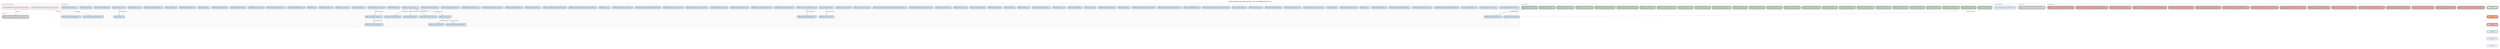
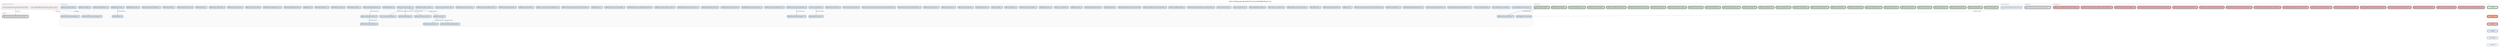
digraph backlog {
  rankdir=TB
  fontname="Helvetica"
  label="Active backlog graph generated from docs/method/backlog/*/*.md"
  labelloc=t
  fontsize=12
  node [shape=box style="rounded,filled" fontname="Helvetica" fontsize=8 margin="0.1,0.05" height=0.35]
  edge [color="#666666" arrowsize=0.5 fontname="Helvetica" fontsize=7]
  newrank=true
  ranksep=0.55
  nodesep=0.2

  subgraph cluster_asap {
    label="asap (1)" labeljust=l fontsize=9 fontcolor="#555555"
    style=rounded color="#cccccc" bgcolor="#fafafa"
    asap_CORE_structural_reading_port_generated_model_parity [label="CORE-structural-reading-port-generated-model-parity - L" fillcolor="#E5E7EB" penwidth=2]
  }

  subgraph cluster_up_next {
    label="up-next (1)" labeljust=l fontsize=9 fontcolor="#555555"
    style=rounded color="#cccccc" bgcolor="#fafafa"
    up_next_CORE_structural_history_schema_and_echo_migration [label="CORE-structural-history-schema-and-echo-migration - XL" fillcolor="#E5E7EB" penwidth=2]
  }

  subgraph cluster_v0_8_0 {
    label="v0.8.0 (26)" labeljust=l fontsize=9 fontcolor="#555555"
    style=rounded color="#cccccc" bgcolor="#fafafa"
    v0_8_0_CORE_c_structural_parsing [label="CORE-c-structural-parsing - M" fillcolor="#C8E6C9" penwidth=2]
    v0_8_0_CORE_cpp_structural_parsing [label="CORE-cpp-structural-parsing - L" fillcolor="#C8E6C9" penwidth=2]
    v0_8_0_CORE_csharp_structural_parsing [label="CORE-csharp-structural-parsing - M" fillcolor="#C8E6C9" penwidth=2]
    v0_8_0_CORE_go_structural_parsing [label="CORE-go-structural-parsing - S" fillcolor="#C8E6C9" penwidth=2]
    v0_8_0_CORE_hcl_structured_config [label="CORE-hcl-structured-config - M" fillcolor="#C8E6C9" penwidth=2]
    v0_8_0_CORE_java_structural_parsing [label="CORE-java-structural-parsing - M" fillcolor="#C8E6C9" penwidth=2]
    v0_8_0_CORE_json_structured_config [label="CORE-json-structured-config - S" fillcolor="#C8E6C9" penwidth=2]
    v0_8_0_CORE_jupyter_notebook_structure [label="CORE-jupyter-notebook-structure - M" fillcolor="#C8E6C9" penwidth=2]
    v0_8_0_CORE_kotlin_structural_parsing [label="CORE-kotlin-structural-parsing - M" fillcolor="#C8E6C9" penwidth=2]
    v0_8_0_CORE_php_structural_parsing [label="CORE-php-structural-parsing - M" fillcolor="#C8E6C9" penwidth=2]
    v0_8_0_CORE_pr_review_structural_summary [label="CORE-pr-review-structural-summary - M" fillcolor="#C8E6C9" penwidth=2]
    v0_8_0_CORE_python_structural_parsing [label="CORE-python-structural-parsing - S" fillcolor="#C8E6C9" penwidth=2]
    v0_8_0_CORE_ruby_structural_parsing [label="CORE-ruby-structural-parsing - M" fillcolor="#C8E6C9" penwidth=2]
    v0_8_0_CORE_shell_structural_parsing [label="CORE-shell-structural-parsing - M" fillcolor="#C8E6C9" penwidth=2]
    v0_8_0_CORE_sql_structural_parsing [label="CORE-sql-structural-parsing - M" fillcolor="#C8E6C9" penwidth=2]
    v0_8_0_CORE_structural_test_coverage_map [label="CORE-structural-test-coverage-map - M" fillcolor="#C8E6C9" penwidth=2]
    v0_8_0_CORE_swift_structural_parsing [label="CORE-swift-structural-parsing - M" fillcolor="#C8E6C9" penwidth=2]
    v0_8_0_CORE_toml_structured_config [label="CORE-toml-structured-config - S" fillcolor="#C8E6C9" penwidth=2]
    v0_8_0_CORE_tool_context_injection_contracts [label="CORE-tool-context-injection-contracts - M" fillcolor="#C8E6C9" penwidth=2]
    v0_8_0_CORE_yaml_structured_config [label="CORE-yaml-structured-config - M" fillcolor="#C8E6C9" penwidth=2]
    v0_8_0_SURFACE_git_graft_enhance_provenance_hints [label="SURFACE-git-graft-enhance-provenance-hints" fillcolor="#C8E6C9" penwidth=2]
    v0_8_0_SURFACE_pr_feedback_resolution_ledger [label="SURFACE-pr-feedback-resolution-ledger - M" fillcolor="#C8E6C9" penwidth=2]
    v0_8_0_SURFACE_review_cooldown_status [label="SURFACE-review-cooldown-status - S" fillcolor="#C8E6C9" penwidth=2]
    v0_8_0_TEST_bounded_subprocess_policy [label="TEST-bounded-subprocess-policy - S" fillcolor="#C8E6C9" penwidth=2]
    v0_8_0_WARP_dead_symbol_detection [label="WARP-dead-symbol-detection - S" fillcolor="#C8E6C9" penwidth=2]
    v0_8_0_WARP_symbol_history_timeline [label="WARP-symbol-history-timeline - S" fillcolor="#C8E6C9" penwidth=2]
  }

  subgraph cluster_bad_code {
    label="bad-code (16)" labeljust=l fontsize=9 fontcolor="#555555"
    style=rounded color="#cccccc" bgcolor="#fafafa"
    bad_code_CLEAN_backlog_dag_unresolved_internal_dependencies [label="CLEAN-backlog-dag-unresolved-internal-dependencies - S" fillcolor="#F6B3B3" penwidth=2]
    bad_code_CLEAN_canonical_codec_seams_diverge [label="CLEAN-canonical-codec-seams-diverge - M" fillcolor="#F6B3B3" penwidth=2]
    bad_code_CLEAN_code_show_parser_runtime_not_ready [label="CLEAN-code-show-parser-runtime-not-ready - S" fillcolor="#F6B3B3" penwidth=2]
    bad_code_CLEAN_coderabbit_path_filters_skip_method_docs [label="CLEAN-coderabbit-path-filters-skip-method-docs - S" fillcolor="#F6B3B3" penwidth=2]
    bad_code_CLEAN_completed_backlog_card_retirement_is_manual [label="CLEAN-completed-backlog-card-retirement-is-manual - M" fillcolor="#F6B3B3" penwidth=2]
    bad_code_CLEAN_descriptor_checker_lacks_schema_validation [label="CLEAN-descriptor-checker-lacks-schema-validation - M" fillcolor="#F6B3B3" penwidth=2]
    bad_code_CLEAN_echo_witness_test_fixture_duplication [label="CLEAN-echo-witness-test-fixture-duplication - S" fillcolor="#F6B3B3" penwidth=2]
    bad_code_CLEAN_generated_svg_dag_diff_noise_obscures_review [label="CLEAN-generated-svg-dag-diff-noise-obscures-review - S" fillcolor="#F6B3B3" penwidth=2]
    bad_code_CLEAN_method_close_timeout_produces_no_retro_artifact [label="CLEAN-method-close-timeout-produces-no-retro-artifact - M" fillcolor="#F6B3B3" penwidth=2]
    bad_code_CLEAN_method_retro_witness_can_overstate_validation [label="CLEAN-method-retro-witness-can-overstate-validation - M" fillcolor="#F6B3B3" penwidth=2]
    bad_code_CLEAN_pr_review_comments_not_actionability_typed [label="CLEAN-pr-review-comments-not-actionability-typed - M" fillcolor="#F6B3B3" penwidth=2]
    bad_code_CLEAN_receipt_cumulative_bytes_avoided_stays_zero [label="CLEAN-receipt-cumulative-bytes-avoided-stays-zero - S" fillcolor="#F6B3B3" penwidth=2]
    bad_code_CLEAN_remaining_structural_warp_reads_bypass_structural_reading_port [label="CLEAN-remaining-structural-warp-reads-bypass-structural-reading-port - M" fillcolor="#F6B3B3" penwidth=2]
    bad_code_CLEAN_sha256_stable_id_helper_duplication [label="CLEAN-sha256-stable-id-helper-duplication - S" fillcolor="#F6B3B3" penwidth=2]
    bad_code_CLEAN_technical_teardown_contract_ledger_can_stale_without_tests [label="CLEAN-technical-teardown-contract-ledger-can-stale-without-tests - M" fillcolor="#F6B3B3" penwidth=2]
    bad_code_WARP_bijou_local_history_stale_after_branch_transition [label="WARP-bijou-local-history-stale-after-branch-transition - M" fillcolor="#F6B3B3" penwidth=2]
  }

  subgraph cluster_cool_ideas {
-     label="Cool Ideas (90)" labeljust=l fontsize=9 fontcolor="#555555"
+     label="Cool Ideas (91)" labeljust=l fontsize=9 fontcolor="#555555"
    style=rounded color="#cccccc" bgcolor="#fafafa"
    cool_ideas_bounded_neighborhood_for_references [label="bounded-neighborhood-for-references - S" fillcolor="#D4E8F7" penwidth=1]
    cool_ideas_CI_001_causal_collapse_visualizer [label="CI-001-causal-collapse-visualizer - L" fillcolor="#D4E8F7" penwidth=1]
    cool_ideas_CI_002_deterministic_scenario_replay [label="CI-002-deterministic-scenario-replay - L" fillcolor="#D4E8F7" penwidth=1]
    cool_ideas_CI_003_mcp_native_diff_protocol [label="CI-003-mcp-native-diff-protocol - M" fillcolor="#D4E8F7" penwidth=1]
    cool_ideas_CLEAN_CODE_parallel_agent_merge_shared_file_loss [label="CLEAN-CODE-parallel-agent-merge-shared-file-loss - M" fillcolor="#D4E8F7" penwidth=1]
    cool_ideas_CLEAN_contract_ledger_schema_and_lint [label="CLEAN-contract-ledger-schema-and-lint - M" fillcolor="#D4E8F7" penwidth=1]
    cool_ideas_CLEAN_generated_artifact_review_boundary [label="CLEAN-generated-artifact-review-boundary - S" fillcolor="#D4E8F7" penwidth=1]
    cool_ideas_CORE_agent_handoff_protocol [label="CORE-agent-handoff-protocol - M" fillcolor="#D4E8F7" penwidth=1]
+     cool_ideas_CORE_align_structural_evidence_with_continuum_evidence_posture [label="CORE-align-structural-evidence-with-continuum-evidence-posture" fillcolor="#D4E8F7" penwidth=1]
    cool_ideas_CORE_auto_focus [label="CORE-auto-focus - L" fillcolor="#D4E8F7" penwidth=1]
    cool_ideas_CORE_backlog_retirement_assistant [label="CORE-backlog-retirement-assistant - M" fillcolor="#D4E8F7" penwidth=1]
    cool_ideas_CORE_capture_range [label="CORE-capture-range - S" fillcolor="#D4E8F7" penwidth=1]
    cool_ideas_CORE_code_lawyer_local_pr_audit_command [label="CORE-code-lawyer-local-pr-audit-command - L" fillcolor="#D4E8F7" penwidth=1]
    cool_ideas_CORE_constructor_in_disguise_lint [label="CORE-constructor-in-disguise-lint - M" fillcolor="#D4E8F7" penwidth=1]
    cool_ideas_CORE_context_budget_forecasting [label="CORE-context-budget-forecasting - M" fillcolor="#D4E8F7" penwidth=1]
    cool_ideas_CORE_conversation_primer [label="CORE-conversation-primer - M" fillcolor="#D4E8F7" penwidth=1]
    cool_ideas_CORE_cross_session_resume [label="CORE-cross-session-resume - S" fillcolor="#D4E8F7" penwidth=1]
    cool_ideas_CORE_descriptor_package_registry_for_structural_contracts [label="CORE-descriptor-package-registry-for-structural-contracts - M" fillcolor="#D4E8F7" penwidth=1]
    cool_ideas_CORE_echo_capability_gap_ledger [label="CORE-echo-capability-gap-ledger - S" fillcolor="#D4E8F7" penwidth=1]
    cool_ideas_CORE_echo_descriptor_to_fake_witness_generator [label="CORE-echo-descriptor-to-fake-witness-generator - M" fillcolor="#D4E8F7" penwidth=1]
    cool_ideas_CORE_generated_model_reverse_id_content_binding [label="CORE-generated-model-reverse-id-content-binding" fillcolor="#D4E8F7" penwidth=1]
    cool_ideas_CORE_graft_as_teacher [label="CORE-graft-as-teacher - S" fillcolor="#D4E8F7" penwidth=1]
    cool_ideas_CORE_graft_teach_learning_receipts [label="CORE-graft-teach-learning-receipts - S" fillcolor="#D4E8F7" penwidth=1]
    cool_ideas_CORE_graft_tool_client [label="CORE-graft-tool-client - M" fillcolor="#D4E8F7" penwidth=1]
    cool_ideas_CORE_horizon_of_readability [label="CORE-horizon-of-readability - M" fillcolor="#D4E8F7" penwidth=1]
    cool_ideas_CORE_lagrangian_policy [label="CORE-lagrangian-policy - XL" fillcolor="#D4E8F7" penwidth=1]
    cool_ideas_CORE_migrate_to_slice_first_reads [label="CORE-migrate-to-slice-first-reads" fillcolor="#D4E8F7" penwidth=1]
    cool_ideas_CORE_multi_agent_conflict_detection [label="CORE-multi-agent-conflict-detection - L" fillcolor="#D4E8F7" penwidth=1]
    cool_ideas_CORE_policy_playground [label="CORE-policy-playground - S" fillcolor="#D4E8F7" penwidth=1]
    cool_ideas_CORE_policy_profiles [label="CORE-policy-profiles - M" fillcolor="#D4E8F7" penwidth=1]
    cool_ideas_CORE_self_tuning_governor [label="CORE-self-tuning-governor - M" fillcolor="#D4E8F7" penwidth=1]
    cool_ideas_CORE_session_knowledge_map [label="CORE-session-knowledge-map - S" fillcolor="#D4E8F7" penwidth=1]
    cool_ideas_CORE_speculative_read_cost [label="CORE-speculative-read-cost - S" fillcolor="#D4E8F7" penwidth=1]
    cool_ideas_CORE_structural_session_replay [label="CORE-structural-session-replay - M" fillcolor="#D4E8F7" penwidth=1]
    cool_ideas_CORE_weslaw_semantic_law_for_structural_history [label="CORE-weslaw-semantic-law-for-structural-history - M" fillcolor="#D4E8F7" penwidth=1]
    cool_ideas_CORE_wesley_codec_and_observer_plan_generation_for_structural_history [label="CORE-wesley-codec-and-observer-plan-generation-for-structural-history - M" fillcolor="#D4E8F7" penwidth=1]
    cool_ideas_CORE_wire_primitives_into_runtime [label="CORE-wire-primitives-into-runtime - M" fillcolor="#D4E8F7" penwidth=1]
    cool_ideas_METHOD_retro_recovery_mode [label="METHOD-retro-recovery-mode - M" fillcolor="#D4E8F7" penwidth=1]
    cool_ideas_monitor_tick_ceiling_tracking [label="monitor-tick-ceiling-tracking - S" fillcolor="#D4E8F7" penwidth=1]
    cool_ideas_SURFACE_active_causal_workspace_status [label="SURFACE-active-causal-workspace-status - M" fillcolor="#D4E8F7" penwidth=1]
    cool_ideas_SURFACE_asap_queue_health_dashboard [label="SURFACE-asap-queue-health-dashboard - M" fillcolor="#D4E8F7" penwidth=1]
    cool_ideas_SURFACE_attach_to_existing_causal_session [label="SURFACE-attach-to-existing-causal-session - M" fillcolor="#D4E8F7" penwidth=1]
    cool_ideas_SURFACE_backlog_card_lifecycle_linter [label="SURFACE-backlog-card-lifecycle-linter - M" fillcolor="#D4E8F7" penwidth=1]
    cool_ideas_SURFACE_backlog_sitrep_command [label="SURFACE-backlog-sitrep-command - M" fillcolor="#D4E8F7" penwidth=1]
    cool_ideas_SURFACE_bijou_daemon_control_plane_actions [label="SURFACE-bijou-daemon-control-plane-actions - L" fillcolor="#D4E8F7" penwidth=1]
    cool_ideas_SURFACE_bijou_daemon_status_live_refresh [label="SURFACE-bijou-daemon-status-live-refresh - M" fillcolor="#D4E8F7" penwidth=1]
    cool_ideas_SURFACE_git_graft_enhance_expanded_git_subcommands [label="SURFACE-git-graft-enhance-expanded-git-subcommands" fillcolor="#D4E8F7" penwidth=1]
    cool_ideas_SURFACE_graft_review_pr_number_adapter [label="SURFACE-graft-review-pr-number-adapter - M" fillcolor="#D4E8F7" penwidth=1]
    cool_ideas_SURFACE_ide_native_graft_integration [label="SURFACE-ide-native-graft-integration - XL" fillcolor="#D4E8F7" penwidth=1]
    cool_ideas_SURFACE_init_dry_run [label="SURFACE-init-dry-run - S" fillcolor="#D4E8F7" penwidth=1]
    cool_ideas_SURFACE_local_history_dag_render_mode_and_count_legend [label="SURFACE-local-history-dag-render-mode-and-count-legend - S" fillcolor="#D4E8F7" penwidth=1]
    cool_ideas_SURFACE_non_codex_instruction_bootstrap_parity [label="SURFACE-non-codex-instruction-bootstrap-parity - M" fillcolor="#D4E8F7" penwidth=1]
    cool_ideas_SURFACE_offer_rename_refactor [label="SURFACE-offer-rename-refactor - L" fillcolor="#D4E8F7" penwidth=1]
    cool_ideas_SURFACE_opened_workspace_paths [label="SURFACE-opened-workspace-paths - M" fillcolor="#D4E8F7" penwidth=1]
    cool_ideas_SURFACE_pr_merge_gate_sitrep_command [label="SURFACE-pr-merge-gate-sitrep-command - M" fillcolor="#D4E8F7" penwidth=1]
    cool_ideas_SURFACE_terminal_activity_browser_tui [label="SURFACE-terminal-activity-browser-tui - L" fillcolor="#D4E8F7" penwidth=1]
    cool_ideas_traverse_plus_query_hydration_helper [label="traverse-plus-query-hydration-helper - S" fillcolor="#D4E8F7" penwidth=1]
    cool_ideas_WARP_adaptive_projection_selection [label="WARP-adaptive-projection-selection - L" fillcolor="#D4E8F7" penwidth=1]
    cool_ideas_WARP_agent_action_provenance [label="WARP-agent-action-provenance - XL" fillcolor="#D4E8F7" penwidth=1]
    cool_ideas_WARP_auto_breaking_change_detection [label="WARP-auto-breaking-change-detection - L" fillcolor="#D4E8F7" penwidth=1]
    cool_ideas_WARP_background_indexing [label="WARP-background-indexing - M" fillcolor="#D4E8F7" penwidth=1]
    cool_ideas_WARP_budget_elasticity [label="WARP-budget-elasticity - M" fillcolor="#D4E8F7" penwidth=1]
    cool_ideas_WARP_causal_blame_for_staged_artifacts [label="WARP-causal-blame-for-staged-artifacts - L" fillcolor="#D4E8F7" penwidth=1]
    cool_ideas_WARP_causal_write_tracking [label="WARP-causal-write-tracking - L" fillcolor="#D4E8F7" penwidth=1]
    cool_ideas_WARP_codebase_entropy_trajectory [label="WARP-codebase-entropy-trajectory - M" fillcolor="#D4E8F7" penwidth=1]
    cool_ideas_WARP_codebase_signature [label="WARP-codebase-signature - L" fillcolor="#D4E8F7" penwidth=1]
    cool_ideas_WARP_counterfactual_refactoring [label="WARP-counterfactual-refactoring - XL" fillcolor="#D4E8F7" penwidth=1]
    cool_ideas_WARP_degeneracy_warning [label="WARP-degeneracy-warning - M" fillcolor="#D4E8F7" penwidth=1]
    cool_ideas_WARP_drift_sentinel [label="WARP-drift-sentinel - M" fillcolor="#D4E8F7" penwidth=1]
    cool_ideas_WARP_footprint_parallelism [label="WARP-footprint-parallelism - XL" fillcolor="#D4E8F7" penwidth=1]
    cool_ideas_WARP_graft_pack [label="WARP-graft-pack - M" fillcolor="#D4E8F7" penwidth=1]
    cool_ideas_WARP_grouped_aggregate_queries [label="WARP-grouped-aggregate-queries - M" fillcolor="#D4E8F7" penwidth=1]
    cool_ideas_WARP_intent_and_decision_events [label="WARP-intent-and-decision-events - M" fillcolor="#D4E8F7" penwidth=1]
    cool_ideas_WARP_intentional_degeneracy_privacy [label="WARP-intentional-degeneracy-privacy - M" fillcolor="#D4E8F7" penwidth=1]
    cool_ideas_WARP_minimum_viable_context [label="WARP-minimum-viable-context - M" fillcolor="#D4E8F7" penwidth=1]
    cool_ideas_WARP_outline_diff_commit_trailer [label="WARP-outline-diff-commit-trailer - S" fillcolor="#D4E8F7" penwidth=1]
    cool_ideas_WARP_projection_safety_classes [label="WARP-projection-safety-classes - M" fillcolor="#D4E8F7" penwidth=1]
    cool_ideas_WARP_provenance_dag [label="WARP-provenance-dag - L" fillcolor="#D4E8F7" penwidth=1]
    cool_ideas_WARP_reasoning_trace_replay [label="WARP-reasoning-trace-replay - M" fillcolor="#D4E8F7" penwidth=1]
    cool_ideas_WARP_rulial_heat_map [label="WARP-rulial-heat-map - L" fillcolor="#D4E8F7" penwidth=1]
    cool_ideas_WARP_semantic_drift_in_sessions [label="WARP-semantic-drift-in-sessions - M" fillcolor="#D4E8F7" penwidth=1]
    cool_ideas_WARP_semantic_merge_conflict_prediction [label="WARP-semantic-merge-conflict-prediction - L" fillcolor="#D4E8F7" penwidth=1]
    cool_ideas_WARP_session_filtration [label="WARP-session-filtration - L" fillcolor="#D4E8F7" penwidth=1]
    cool_ideas_WARP_shadow_structural_workspaces [label="WARP-shadow-structural-workspaces - XL" fillcolor="#D4E8F7" penwidth=1]
    cool_ideas_WARP_speculative_merge [label="WARP-speculative-merge - XL" fillcolor="#D4E8F7" penwidth=1]
    cool_ideas_WARP_stale_docs_checker [label="WARP-stale-docs-checker - M" fillcolor="#D4E8F7" penwidth=1]
    cool_ideas_WARP_structural_drift_detection [label="WARP-structural-drift-detection - M" fillcolor="#D4E8F7" penwidth=1]
    cool_ideas_WARP_structural_impact_prediction [label="WARP-structural-impact-prediction - XL" fillcolor="#D4E8F7" penwidth=1]
    cool_ideas_WARP_symbol_heatmap [label="WARP-symbol-heatmap - M" fillcolor="#D4E8F7" penwidth=1]
    cool_ideas_WARP_technical_debt_curvature [label="WARP-technical-debt-curvature - L" fillcolor="#D4E8F7" penwidth=1]
    cool_ideas_WARP_temporal_structural_search [label="WARP-temporal-structural-search - M" fillcolor="#D4E8F7" penwidth=1]
  }

  subgraph cluster_external {
    label="External blockers" labeljust=l fontsize=9 fontcolor="#555555"
    style=rounded color="#cccccc" bgcolor="#f8fbff"
    external_git_warp_observer_geometry_ladder__Rung_2_4_ [label="git-warp observer geometry ladder (Rung 2-4)" fillcolor="#E8F2FF" penwidth=1]
  }

  subgraph cluster_unresolved {
    label="Unresolved internal refs" labeljust=l fontsize=9 fontcolor="#555555"
    style="rounded,dashed" color="#cc3333" bgcolor="#fff7f7"
    unresolved_CLEAN_CODE_export_diff_semver_signature_as_patch [label="missing: CLEAN_CODE_export-diff-semver-signature-as-patch" fillcolor="#F2F2F2" penwidth=1 style="rounded,dashed,filled"]
    unresolved_CORE_graft_fake_echo_shaped_typescript_witness [label="missing: CORE_graft-fake-echo-shaped-typescript-witness" fillcolor="#F2F2F2" penwidth=1 style="rounded,dashed,filled"]
  }

  cool_ideas_monitor_tick_ceiling_tracking -> cool_ideas_WARP_background_indexing [label="blocked_by/blocking"]
  cool_ideas_SURFACE_active_causal_workspace_status -> cool_ideas_SURFACE_ide_native_graft_integration [label="blocked_by/blocking"]
  cool_ideas_WARP_agent_action_provenance -> cool_ideas_CI_001_causal_collapse_visualizer [label="blocked_by/blocking"]
  cool_ideas_WARP_agent_action_provenance -> cool_ideas_WARP_causal_write_tracking [label="blocked_by/blocking"]
  cool_ideas_WARP_agent_action_provenance -> cool_ideas_WARP_intent_and_decision_events [label="blocked_by/blocking"]
  cool_ideas_WARP_agent_action_provenance -> cool_ideas_WARP_provenance_dag [label="blocked_by/blocking"]
  cool_ideas_WARP_codebase_entropy_trajectory -> cool_ideas_WARP_counterfactual_refactoring [label="blocked_by/blocking"]
  cool_ideas_WARP_counterfactual_refactoring -> cool_ideas_WARP_structural_impact_prediction [label="blocked_by/blocking"]
  cool_ideas_WARP_provenance_dag -> cool_ideas_WARP_causal_blame_for_staged_artifacts [label="blocked_by/blocking"]
  cool_ideas_WARP_provenance_dag -> cool_ideas_WARP_reasoning_trace_replay [label="blocked_by/blocking"]
  cool_ideas_WARP_stale_docs_checker -> cool_ideas_WARP_drift_sentinel [label="blocked_by/blocking"]
  external_git_warp_observer_geometry_ladder__Rung_2_4_ -> cool_ideas_CORE_migrate_to_slice_first_reads [label="blocked_by_external" style=dashed color="#4477AA"]
  unresolved_CLEAN_CODE_export_diff_semver_signature_as_patch -> cool_ideas_WARP_auto_breaking_change_detection [label="blocked_by" style=dashed color="#CC3333"]
  unresolved_CLEAN_CODE_export_diff_semver_signature_as_patch -> cool_ideas_WARP_semantic_merge_conflict_prediction [label="blocked_by" style=dashed color="#CC3333"]
  unresolved_CORE_graft_fake_echo_shaped_typescript_witness -> asap_CORE_structural_reading_port_generated_model_parity [label="blocked_by" style=dashed color="#CC3333"]
  v0_8_0_WARP_symbol_history_timeline -> cool_ideas_WARP_temporal_structural_search [label="blocked_by/blocking"]

  subgraph cluster_legend {
    label="Legend" labeljust=l fontsize=8 fontcolor="#aaaaaa"
    style=rounded color="#dddddd"
    node [fontsize=7 width=1.4]
    leg_v08 [label="v0.8.0" fillcolor="#C8E6C9" penwidth=2]
    leg_v07 [label="v0.7.0" fillcolor="#FFA07A" penwidth=2]
    leg_bad [label="bad-code" fillcolor="#F6B3B3" penwidth=2]
    leg_idea [label="cool-ideas" fillcolor="#D4E8F7" penwidth=1]
    leg_external [label="external blocker" fillcolor="#E8F2FF" penwidth=1]
    leg_unresolved [label="unresolved ref" fillcolor="#F2F2F2" penwidth=1 style="rounded,dashed,filled"]
    leg_v08 -> leg_v07 [style=invis]
    leg_v07 -> leg_bad [style=invis]
    leg_bad -> leg_idea [style=invis]
    leg_idea -> leg_external [style=invis]
    leg_external -> leg_unresolved [style=invis]
  }
}
